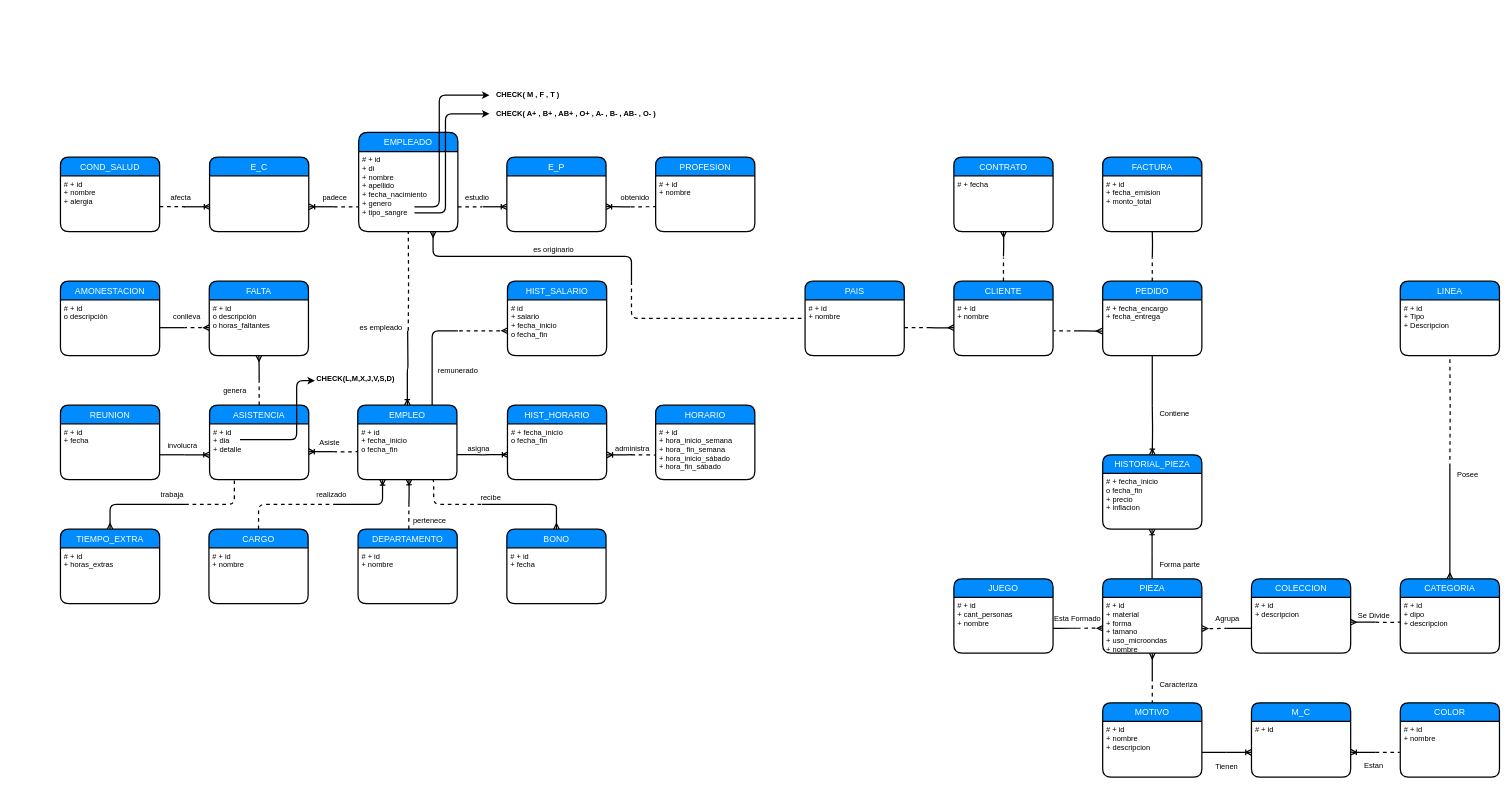
Earlier version of the draw.io diagram Documentos/Rubrica1/MER.drawio (gctv01/BD1Project2019). Source tidied: cells renumbered, new cells numbered last; positions are measured from the earlier drawing's top-left corner, leaving out a move shared by most shapes. Both pictures are drawn from the tidied source at 62%, with x=0, y=0 at pixel (60, 89).
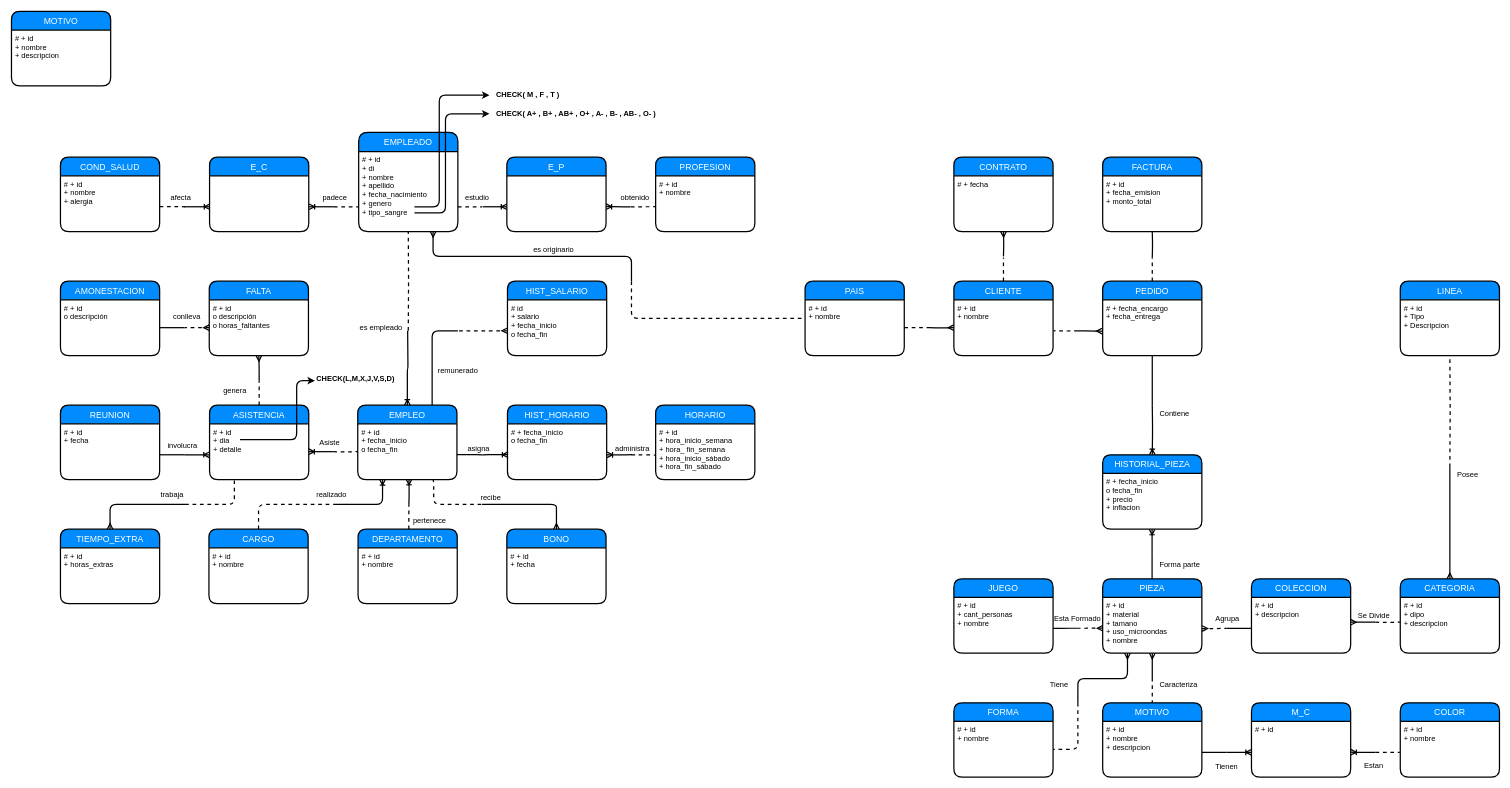
The same diagram, later.

Unchanged cells that the change refers to:
```xml
<mxCell id="52" value="PIEZA" style="swimlane;horizontal=1;startSize=30;fillColor=#008cff;fontColor=#FFFFFF;rounded=1;fontSize=14;fontStyle=0;strokeWidth=2;shadow=0;dashed=0;align=center;" parent="1" vertex="1">
  <mxGeometry x="1681" y="790" width="160" height="120" as="geometry" />
</mxCell>
```

Diff of the diagram source:
```diff
@@
-    <mxCell id="53" value="# + id&#10;+ material&#10;+ forma&#10;+ tamano&#10;+ uso_microondas&#10;+ nombre&#10;" style="align=left;strokeColor=none;fillColor=none;spacingLeft=4;fontSize=12;verticalAlign=top;" parent="52" vertex="1">
+    <mxCell id="53" value="# + id&#10;+ material&#10;+ tamano&#10;+ uso_microondas&#10;+ nombre&#10;" style="align=left;strokeColor=none;fillColor=none;spacingLeft=4;fontSize=12;verticalAlign=top;" parent="52" vertex="1">
       <mxGeometry y="30" width="160" height="90" as="geometry" />
     </mxCell>
@@
+    <mxCell id="154" value="FORMA" style="swimlane;horizontal=1;startSize=30;fillColor=#008cff;fontColor=#FFFFFF;rounded=1;fontSize=14;fontStyle=0;strokeWidth=2;shadow=0;dashed=0;align=center;" parent="1" vertex="1">
+      <mxGeometry x="1441" y="990" width="160" height="120" as="geometry" />
+    </mxCell>
+    <mxCell id="155" value="# + id&#10;+ nombre&#10;&#10;" style="align=left;strokeColor=none;fillColor=none;spacingLeft=4;fontSize=12;verticalAlign=top;" parent="154" vertex="1">
+      <mxGeometry y="30" width="160" height="90" as="geometry" />
+    </mxCell>
+    <mxCell id="156" value="MOTIVO" style="swimlane;horizontal=1;startSize=30;fillColor=#008cff;fontColor=#FFFFFF;rounded=1;fontSize=14;fontStyle=0;strokeWidth=2;shadow=0;dashed=0;align=center;" parent="1" vertex="1">
+      <mxGeometry x="-79" y="-125" width="160" height="120" as="geometry" />
+    </mxCell>
+    <mxCell id="157" value="# + id&#10;+ nombre&#10;+ descripcion" style="align=left;strokeColor=none;fillColor=none;spacingLeft=4;fontSize=12;verticalAlign=top;" parent="156" vertex="1">
+      <mxGeometry y="30" width="160" height="90" as="geometry" />
+    </mxCell>
+    <mxCell id="158" style="edgeStyle=orthogonalEdgeStyle;fontSize=12;html=1;endArrow=none;startArrow=none;dashed=1;startFill=0;endFill=0;entryX=1;entryY=0.5;entryDx=0;entryDy=0;strokeWidth=2;" parent="1" edge="1" target="155">
+      <mxGeometry relative="1" as="geometry">
+        <mxPoint x="1641" y="990" as="sourcePoint" />
+        <Array as="points">
+          <mxPoint x="1641" y="1065" />
+        </Array>
+      </mxGeometry>
+    </mxCell>
+    <mxCell id="159" style="edgeStyle=orthogonalEdgeStyle;fontSize=12;html=1;endArrow=ERmany;startArrow=none;startFill=0;endFill=0;strokeWidth=2;entryX=0.25;entryY=1;entryDx=0;entryDy=0;" parent="1" edge="1" target="53">
+      <mxGeometry relative="1" as="geometry">
+        <mxPoint x="1641" y="990" as="sourcePoint" />
+        <Array as="points">
+          <mxPoint x="1641" y="951" />
+          <mxPoint x="1721" y="951" />
+        </Array>
+      </mxGeometry>
+    </mxCell>
+    <mxCell id="160" value="Tiene" style="text;html=1;strokeColor=none;fillColor=none;align=center;verticalAlign=middle;whiteSpace=wrap;rounded=0;" parent="1" vertex="1">
+      <mxGeometry x="1591" y="951" width="40" height="20" as="geometry" />
+    </mxCell>
```
